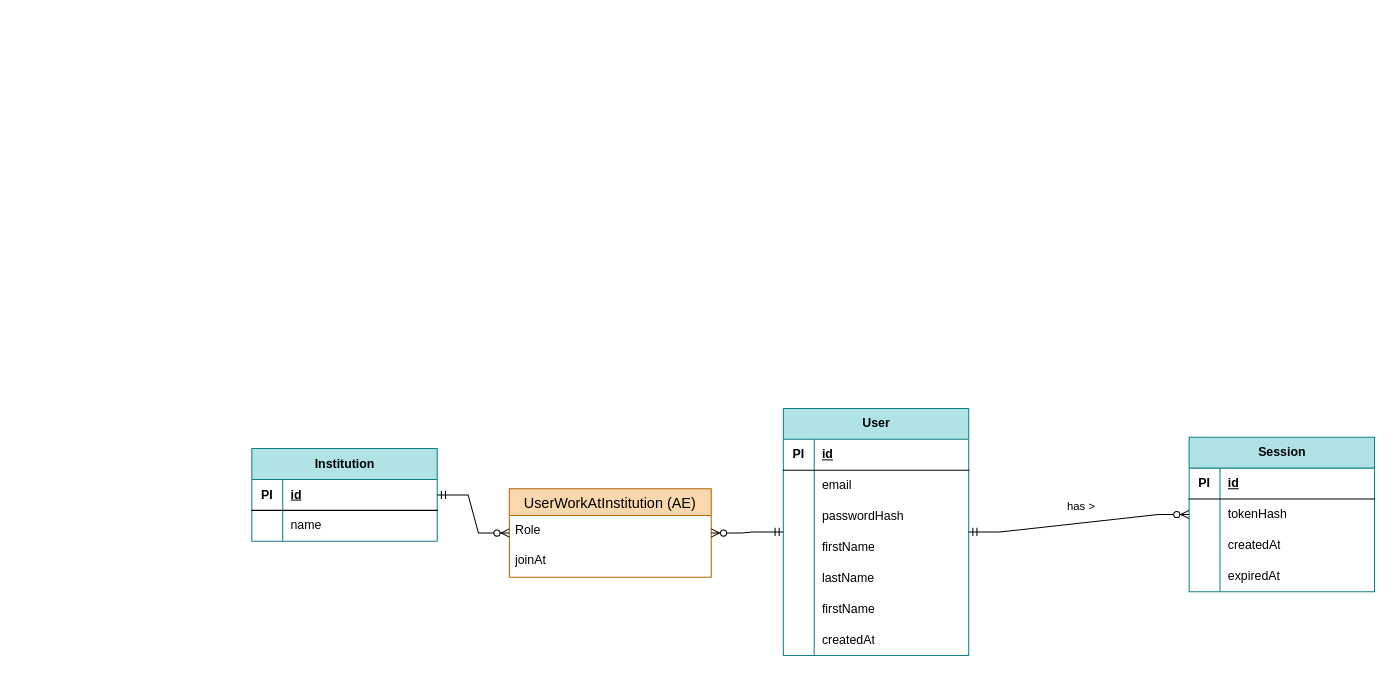
Before: prisma/schema/conceptual-model.drawio in Sandalph0n/ailearn_sustainability_development, a draw.io diagram. Source tidied: cells renumbered, new cells numbered last; positions are measured from the earlier drawing's top-left corner, leaving out a move shared by most shapes. Both pictures are drawn from the tidied source at 103%, with x=0, y=0 at pixel (251, 408).
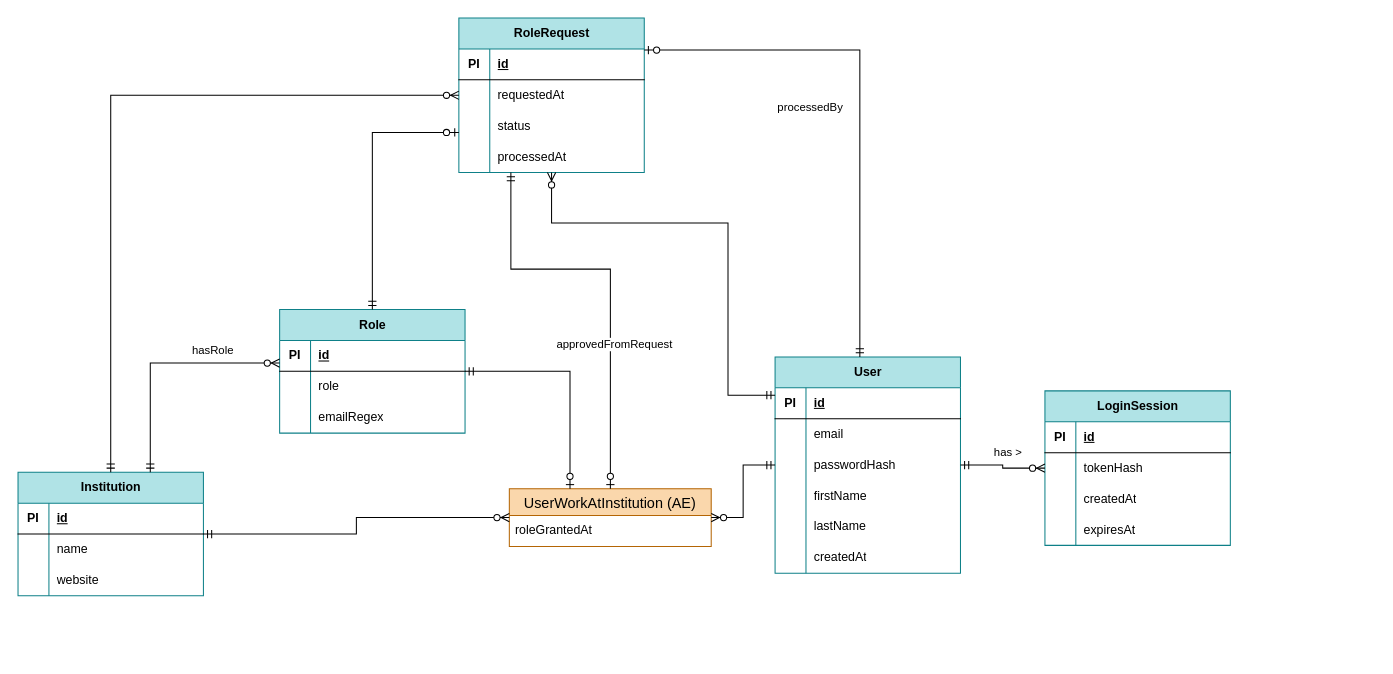
After the change.

The change refers to these unchanged cells:
```xml
<mxCell id="34" style="shape=tableRow;horizontal=0;startSize=0;swimlaneHead=0;swimlaneBody=0;fillColor=none;top=0;left=0;right=0;bottom=0;" parent="24" vertex="1">
  <mxGeometry y="120" width="180" height="30" as="geometry" />
</mxCell>
```

Change to the diagram source:
```diff
@@
     <mxCell id="2" value="&lt;span style=&quot;white-space: normal;&quot;&gt;User&lt;/span&gt;" style="shape=table;startSize=30;childLayout=tableLayout;rowLines=0;fontStyle=1;align=center;html=1;fillColor=#b0e3e6;strokeColor=#0e8088;" parent="1" vertex="1">
-      <mxGeometry x="516" width="180" height="240" as="geometry" />
+      <mxGeometry x="508" y="-50" width="180" height="210" as="geometry" />
     </mxCell>
@@
-    <mxCell id="18" style="shape=tableRow;horizontal=0;startSize=0;swimlaneHead=0;swimlaneBody=0;fillColor=none;top=0;left=0;right=0;bottom=0;" parent="2" vertex="1">
-      <mxGeometry y="180" width="180" height="30" as="geometry" />
-    </mxCell>
-    <mxCell id="19" style="shape=partialRectangle;fillColor=none;top=0;left=0;bottom=0;right=0;overflow=hidden;whiteSpace=wrap;html=1;" parent="18" vertex="1">
-      <mxGeometry width="30" height="30" as="geometry" />
-    </mxCell>
-    <mxCell id="20" value="firstName" style="shape=partialRectangle;fillColor=none;top=0;left=0;bottom=0;right=0;align=left;spacingLeft=6;overflow=hidden;whiteSpace=wrap;html=1;" parent="18" vertex="1">
-      <mxGeometry x="30" width="150" height="30" as="geometry" />
-    </mxCell>
     <mxCell id="21" style="shape=tableRow;horizontal=0;startSize=0;swimlaneHead=0;swimlaneBody=0;fillColor=none;top=0;left=0;right=0;bottom=0;" parent="2" vertex="1">
-      <mxGeometry y="210" width="180" height="30" as="geometry" />
+      <mxGeometry y="180" width="180" height="30" as="geometry" />
     </mxCell>
@@
-    <mxCell id="24" value="&lt;span style=&quot;white-space: normal;&quot;&gt;Session&lt;/span&gt;" style="shape=table;startSize=30;childLayout=tableLayout;rowLines=0;fontStyle=1;align=center;html=1;fillColor=#b0e3e6;strokeColor=#0e8088;" parent="1" vertex="1">
-      <mxGeometry x="910" y="28" width="180" height="150" as="geometry" />
+    <mxCell id="24" value="&lt;span style=&quot;white-space: normal;&quot;&gt;LoginSession&lt;/span&gt;" style="shape=table;startSize=30;childLayout=tableLayout;rowLines=0;fontStyle=1;align=center;html=1;fillColor=#b0e3e6;strokeColor=#0e8088;" parent="1" vertex="1">
+      <mxGeometry x="770" y="-17" width="180" height="150" as="geometry" />
     </mxCell>
@@
-    <mxCell id="36" value="expiredAt" style="shape=partialRectangle;fillColor=none;top=0;left=0;bottom=0;right=0;align=left;spacingLeft=6;overflow=hidden;whiteSpace=wrap;html=1;" parent="34" vertex="1">
+    <mxCell id="36" value="expires&lt;span style=&quot;background-color: transparent; color: light-dark(rgb(0, 0, 0), rgb(255, 255, 255));&quot;&gt;At&lt;/span&gt;" style="shape=partialRectangle;fillColor=none;top=0;left=0;bottom=0;right=0;align=left;spacingLeft=6;overflow=hidden;whiteSpace=wrap;html=1;" parent="34" vertex="1">
       <mxGeometry x="30" width="150" height="30" as="geometry" />
     </mxCell>
     <mxCell id="37" value="&lt;span style=&quot;text-wrap-mode: wrap;&quot;&gt;Institution&lt;/span&gt;" style="shape=table;startSize=30;childLayout=tableLayout;rowLines=0;fontStyle=1;align=center;html=1;fillColor=#b0e3e6;strokeColor=#0e8088;" parent="1" vertex="1">
-      <mxGeometry y="39" width="180" height="90" as="geometry" />
+      <mxGeometry x="-227" y="62" width="180" height="120" as="geometry" />
     </mxCell>
@@
+    <mxCell id="51" style="shape=tableRow;horizontal=0;startSize=0;swimlaneHead=0;swimlaneBody=0;fillColor=none;top=0;left=0;right=0;bottom=0;" parent="37" vertex="1">
+      <mxGeometry y="90" width="180" height="30" as="geometry" />
+    </mxCell>
+    <mxCell id="52" style="shape=partialRectangle;fillColor=none;top=0;left=0;bottom=0;right=0;overflow=hidden;whiteSpace=wrap;html=1;" parent="51" vertex="1">
+      <mxGeometry width="30" height="30" as="geometry" />
+    </mxCell>
+    <mxCell id="53" value="website" style="shape=partialRectangle;fillColor=none;top=0;left=0;bottom=0;right=0;align=left;spacingLeft=6;overflow=hidden;whiteSpace=wrap;html=1;" parent="51" vertex="1">
+      <mxGeometry x="30" width="150" height="30" as="geometry" />
+    </mxCell>
-    <mxCell id="44" style="edgeStyle=entityRelationEdgeStyle;fontSize=12;html=1;endArrow=ERmandOne;startArrow=ERzeroToMany;rounded=0;endFill=0;" parent="1" edge="1" source="24" target="2">
+    <mxCell id="44" style="edgeStyle=orthogonalEdgeStyle;fontSize=12;html=1;endArrow=ERmandOne;startArrow=ERzeroToMany;rounded=0;endFill=0;" parent="1" edge="1" source="24" target="2">
       <mxGeometry relative="1" as="geometry" />
     </mxCell>
     <mxCell id="45" value="has &amp;gt;" style="edgeLabel;html=1;align=center;verticalAlign=middle;" parent="44" vertex="1">
       <mxGeometry y="-2" relative="1" as="geometry">
-        <mxPoint x="1" y="-15" as="offset" />
+        <mxPoint x="2" y="-14" as="offset" />
       </mxGeometry>
     </mxCell>
     <mxCell id="46" value="UserWorkAtInstitution (AE)" style="swimlane;fontStyle=0;horizontal=1;startSize=26;align=center;fontSize=14;fillColor=#fad7ac;strokeColor=#b46504;" parent="1" vertex="1">
-      <mxGeometry x="250" y="78" width="196" height="86" as="geometry" />
+      <mxGeometry x="250" y="78" width="196" height="56" as="geometry" />
     </mxCell>
-    <mxCell id="47" value="Role" style="text;strokeColor=none;fillColor=none;spacingLeft=4;spacingRight=4;overflow=hidden;points=[[0,0.5],[1,0.5]];portConstraint=eastwest;fontSize=12;whiteSpace=wrap;html=1;" parent="46" vertex="1">
-      <mxGeometry y="26" width="196" height="30" as="geometry" />
-    </mxCell>
-    <mxCell id="48" value="joinAt" style="text;strokeColor=none;fillColor=none;spacingLeft=4;spacingRight=4;overflow=hidden;fontSize=12;whiteSpace=wrap;html=1;" parent="46" vertex="1">
-      <mxGeometry y="56" width="196" height="30" as="geometry" />
+    <mxCell id="48" value="roleGrantedAt" style="text;strokeColor=none;fillColor=none;spacingLeft=4;spacingRight=4;overflow=hidden;fontSize=12;whiteSpace=wrap;html=1;" parent="46" vertex="1">
+      <mxGeometry y="26" width="196" height="30" as="geometry" />
     </mxCell>
-    <mxCell id="49" style="fontSize=12;html=1;endArrow=ERzeroToMany;startArrow=ERmandOne;rounded=0;edgeStyle=entityRelationEdgeStyle;startFill=0;" parent="1" edge="1" source="37" target="46">
+    <mxCell id="49" style="fontSize=12;html=1;endArrow=ERzeroToMany;startArrow=ERmandOne;rounded=0;edgeStyle=orthogonalEdgeStyle;startFill=0;" parent="1" edge="1" source="37" target="46">
       <mxGeometry relative="1" as="geometry" />
     </mxCell>
-    <mxCell id="50" style="fontSize=12;html=1;endArrow=ERzeroToMany;startArrow=ERmandOne;rounded=0;edgeStyle=entityRelationEdgeStyle;startFill=0;" parent="1" edge="1" source="2" target="46">
+    <mxCell id="50" style="fontSize=12;html=1;endArrow=ERzeroToMany;startArrow=ERmandOne;rounded=0;edgeStyle=orthogonalEdgeStyle;startFill=0;" parent="1" edge="1" source="2" target="46">
       <mxGeometry relative="1" as="geometry" />
     </mxCell>
+    <mxCell id="54" value="&lt;span style=&quot;white-space: normal;&quot;&gt;RoleRequest&lt;/span&gt;" style="shape=table;startSize=30;childLayout=tableLayout;rowLines=0;fontStyle=1;align=center;html=1;fillColor=#b0e3e6;strokeColor=#0e8088;" parent="1" vertex="1">
+      <mxGeometry x="201" y="-379" width="180" height="150" as="geometry" />
+    </mxCell>
+    <mxCell id="55" style="shape=tableRow;horizontal=0;startSize=0;swimlaneHead=0;swimlaneBody=0;fillColor=none;top=0;left=0;right=0;bottom=1;" parent="54" vertex="1">
+      <mxGeometry y="30" width="180" height="30" as="geometry" />
+    </mxCell>
+    <mxCell id="56" value="PI" style="shape=partialRectangle;fillColor=none;top=0;left=0;bottom=0;right=0;fontStyle=1;overflow=hidden;whiteSpace=wrap;html=1;" parent="55" vertex="1">
+      <mxGeometry width="30" height="30" as="geometry" />
+    </mxCell>
+    <mxCell id="57" value="id" style="shape=partialRectangle;fillColor=none;top=0;left=0;bottom=0;right=0;align=left;spacingLeft=6;fontStyle=5;overflow=hidden;whiteSpace=wrap;html=1;" parent="55" vertex="1">
+      <mxGeometry x="30" width="150" height="30" as="geometry" />
+    </mxCell>
+    <mxCell id="58" style="shape=tableRow;horizontal=0;startSize=0;swimlaneHead=0;swimlaneBody=0;fillColor=none;top=0;left=0;right=0;bottom=0;" parent="54" vertex="1">
+      <mxGeometry y="60" width="180" height="30" as="geometry" />
+    </mxCell>
+    <mxCell id="59" value="&lt;span style=&quot;white-space: pre;&quot;&gt;&#9;&lt;/span&gt;&lt;span style=&quot;white-space: pre;&quot;&gt;&#9;&lt;/span&gt;" style="shape=partialRectangle;fillColor=none;top=0;left=0;bottom=0;right=0;overflow=hidden;whiteSpace=wrap;html=1;" parent="58" vertex="1">
+      <mxGeometry width="30" height="30" as="geometry" />
+    </mxCell>
+    <mxCell id="60" value="requestedAt" style="shape=partialRectangle;fillColor=none;top=0;left=0;bottom=0;right=0;align=left;spacingLeft=6;overflow=hidden;whiteSpace=wrap;html=1;" parent="58" vertex="1">
+      <mxGeometry x="30" width="150" height="30" as="geometry" />
+    </mxCell>
+    <mxCell id="61" style="shape=tableRow;horizontal=0;startSize=0;swimlaneHead=0;swimlaneBody=0;fillColor=none;top=0;left=0;right=0;bottom=0;" parent="54" vertex="1">
+      <mxGeometry y="90" width="180" height="30" as="geometry" />
+    </mxCell>
+    <mxCell id="62" style="shape=partialRectangle;fillColor=none;top=0;left=0;bottom=0;right=0;overflow=hidden;whiteSpace=wrap;html=1;" parent="61" vertex="1">
+      <mxGeometry width="30" height="30" as="geometry" />
+    </mxCell>
+    <mxCell id="63" value="status" style="shape=partialRectangle;fillColor=none;top=0;left=0;bottom=0;right=0;align=left;spacingLeft=6;overflow=hidden;whiteSpace=wrap;html=1;" parent="61" vertex="1">
+      <mxGeometry x="30" width="150" height="30" as="geometry" />
+    </mxCell>
+    <mxCell id="64" style="shape=tableRow;horizontal=0;startSize=0;swimlaneHead=0;swimlaneBody=0;fillColor=none;top=0;left=0;right=0;bottom=0;" parent="54" vertex="1">
+      <mxGeometry y="120" width="180" height="30" as="geometry" />
+    </mxCell>
+    <mxCell id="65" style="shape=partialRectangle;fillColor=none;top=0;left=0;bottom=0;right=0;overflow=hidden;whiteSpace=wrap;html=1;" parent="64" vertex="1">
+      <mxGeometry width="30" height="30" as="geometry" />
+    </mxCell>
+    <mxCell id="66" value="processedAt" style="shape=partialRectangle;fillColor=none;top=0;left=0;bottom=0;right=0;align=left;spacingLeft=6;overflow=hidden;whiteSpace=wrap;html=1;" parent="64" vertex="1">
+      <mxGeometry x="30" width="150" height="30" as="geometry" />
+    </mxCell>
+    <mxCell id="67" style="fontSize=12;html=1;endArrow=ERzeroToMany;startArrow=ERmandOne;rounded=0;startFill=0;edgeStyle=orthogonalEdgeStyle;" parent="1" edge="1" source="2" target="54">
+      <mxGeometry relative="1" as="geometry">
+        <Array as="points">
+          <mxPoint x="462.3" y="-12.8" />
+          <mxPoint x="462.3" y="-180" />
+        </Array>
+      </mxGeometry>
+    </mxCell>
+    <mxCell id="68" style="fontSize=12;html=1;endArrow=ERzeroToOne;startArrow=ERmandOne;rounded=0;edgeStyle=orthogonalEdgeStyle;" parent="1" edge="1" source="54" target="46">
+      <mxGeometry relative="1" as="geometry">
+        <Array as="points">
+          <mxPoint x="251.5" y="-135.2" />
+          <mxPoint x="348.1" y="-135.2" />
+        </Array>
+      </mxGeometry>
+    </mxCell>
+    <mxCell id="69" value="approvedFromRequest" style="edgeLabel;html=1;align=center;verticalAlign=middle;" parent="68" vertex="1">
+      <mxGeometry x="-0.12" relative="1" as="geometry">
+        <mxPoint x="16" y="73" as="offset" />
+      </mxGeometry>
+    </mxCell>
+    <mxCell id="70" style="fontSize=12;html=1;endArrow=ERzeroToOne;startArrow=ERmandOne;rounded=0;edgeStyle=orthogonalEdgeStyle;" parent="1" edge="1" source="2" target="54">
+      <mxGeometry relative="1" as="geometry">
+        <Array as="points">
+          <mxPoint x="590.3" y="-347.9" />
+        </Array>
+      </mxGeometry>
+    </mxCell>
+    <mxCell id="71" value="processedBy" style="edgeLabel;html=1;align=center;verticalAlign=middle;" parent="70" vertex="1">
+      <mxGeometry x="-0.12" relative="1" as="geometry">
+        <mxPoint x="-49" y="-20" as="offset" />
+      </mxGeometry>
+    </mxCell>
+    <mxCell id="72" style="fontSize=12;html=1;endArrow=ERzeroToMany;startArrow=ERmandOne;rounded=0;edgeStyle=orthogonalEdgeStyle;startFill=0;" parent="1" edge="1" source="37" target="54">
+      <mxGeometry relative="1" as="geometry">
+        <Array as="points">
+          <mxPoint x="-137" y="-304" />
+        </Array>
+      </mxGeometry>
+    </mxCell>
+    <mxCell id="47" value="&lt;span style=&quot;text-wrap-mode: wrap;&quot;&gt;Role&lt;/span&gt;" style="shape=table;startSize=30;childLayout=tableLayout;rowLines=0;fontStyle=1;align=center;html=1;fillColor=#b0e3e6;strokeColor=#0e8088;" parent="1" vertex="1">
+      <mxGeometry x="27" y="-96" width="180" height="120" as="geometry" />
+    </mxCell>
+    <mxCell id="73" style="shape=tableRow;horizontal=0;startSize=0;swimlaneHead=0;swimlaneBody=0;fillColor=none;top=0;left=0;right=0;bottom=1;" parent="47" vertex="1">
+      <mxGeometry y="30" width="180" height="30" as="geometry" />
+    </mxCell>
+    <mxCell id="74" value="PI" style="shape=partialRectangle;fillColor=none;top=0;left=0;bottom=0;right=0;fontStyle=1;overflow=hidden;whiteSpace=wrap;html=1;" parent="73" vertex="1">
+      <mxGeometry width="30" height="30" as="geometry" />
+    </mxCell>
+    <mxCell id="75" value="id" style="shape=partialRectangle;fillColor=none;top=0;left=0;bottom=0;right=0;align=left;spacingLeft=6;fontStyle=5;overflow=hidden;whiteSpace=wrap;html=1;" parent="73" vertex="1">
+      <mxGeometry x="30" width="150" height="30" as="geometry" />
+    </mxCell>
+    <mxCell id="76" style="shape=tableRow;horizontal=0;startSize=0;swimlaneHead=0;swimlaneBody=0;fillColor=none;top=0;left=0;right=0;bottom=0;" parent="47" vertex="1">
+      <mxGeometry y="60" width="180" height="30" as="geometry" />
+    </mxCell>
+    <mxCell id="77" style="shape=partialRectangle;fillColor=none;top=0;left=0;bottom=0;right=0;overflow=hidden;whiteSpace=wrap;html=1;" parent="76" vertex="1">
+      <mxGeometry width="30" height="30" as="geometry" />
+    </mxCell>
+    <mxCell id="78" value="role" style="shape=partialRectangle;fillColor=none;top=0;left=0;bottom=0;right=0;align=left;spacingLeft=6;overflow=hidden;whiteSpace=wrap;html=1;" parent="76" vertex="1">
+      <mxGeometry x="30" width="150" height="30" as="geometry" />
+    </mxCell>
+    <mxCell id="79" style="shape=tableRow;horizontal=0;startSize=0;swimlaneHead=0;swimlaneBody=0;fillColor=none;top=0;left=0;right=0;bottom=0;" parent="47" vertex="1">
+      <mxGeometry y="90" width="180" height="30" as="geometry" />
+    </mxCell>
+    <mxCell id="80" style="shape=partialRectangle;fillColor=none;top=0;left=0;bottom=0;right=0;overflow=hidden;whiteSpace=wrap;html=1;" parent="79" vertex="1">
+      <mxGeometry width="30" height="30" as="geometry" />
+    </mxCell>
+    <mxCell id="81" value="emailRegex" style="shape=partialRectangle;fillColor=none;top=0;left=0;bottom=0;right=0;align=left;spacingLeft=6;overflow=hidden;whiteSpace=wrap;html=1;" parent="79" vertex="1">
+      <mxGeometry x="30" width="150" height="30" as="geometry" />
+    </mxCell>
+    <mxCell id="82" style="fontSize=12;html=1;endArrow=ERzeroToMany;startArrow=ERmandOne;rounded=0;edgeStyle=orthogonalEdgeStyle;startFill=0;" parent="1" edge="1" source="37" target="47">
+      <mxGeometry relative="1" as="geometry">
+        <Array as="points">
+          <mxPoint x="-98.6" y="-44" />
+        </Array>
+      </mxGeometry>
+    </mxCell>
+    <mxCell id="83" value="hasRole" style="edgeLabel;html=1;align=center;verticalAlign=middle;" parent="1" vertex="1">
+      <mxGeometry x="-25" y="-53" as="geometry">
+        <mxPoint x="-14" y="-4" as="offset" />
+      </mxGeometry>
+    </mxCell>
+    <mxCell id="84" style="fontSize=12;html=1;endArrow=ERzeroToOne;startArrow=ERmandOne;rounded=0;edgeStyle=orthogonalEdgeStyle;" parent="1" edge="1" source="47" target="46">
+      <mxGeometry relative="1" as="geometry">
+        <Array as="points">
+          <mxPoint x="308.9" y="-36" />
+        </Array>
+      </mxGeometry>
+    </mxCell>
+    <mxCell id="85" style="fontSize=12;html=1;endArrow=ERzeroToOne;startArrow=ERmandOne;rounded=0;edgeStyle=orthogonalEdgeStyle;" parent="1" edge="1" source="47" target="54">
+      <mxGeometry relative="1" as="geometry">
+        <Array as="points">
+          <mxPoint x="117" y="-267.9" />
+        </Array>
+      </mxGeometry>
+    </mxCell>
```
